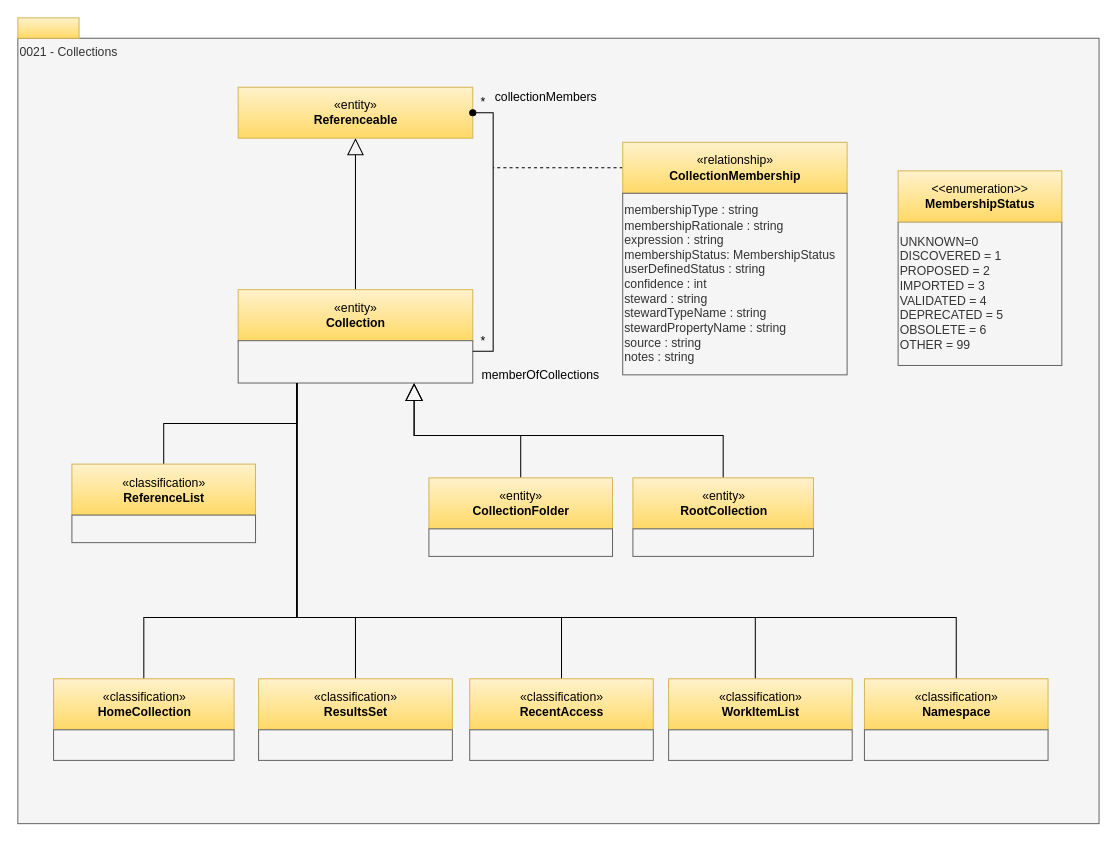
The draw.io diagram page "0021-Collections" (15 of 31) of site/docs/types/0/area-0-basic-types-and-infrastructure.drawio in odpi/egeria-docs, before the edit. Source tidied: cells renumbered, new cells numbered last; positions are measured from the earlier drawing's top-left corner, leaving out a move shared by most shapes. Both pictures are drawn from the tidied source at 102%, with x=0, y=0 at pixel (17, 17).
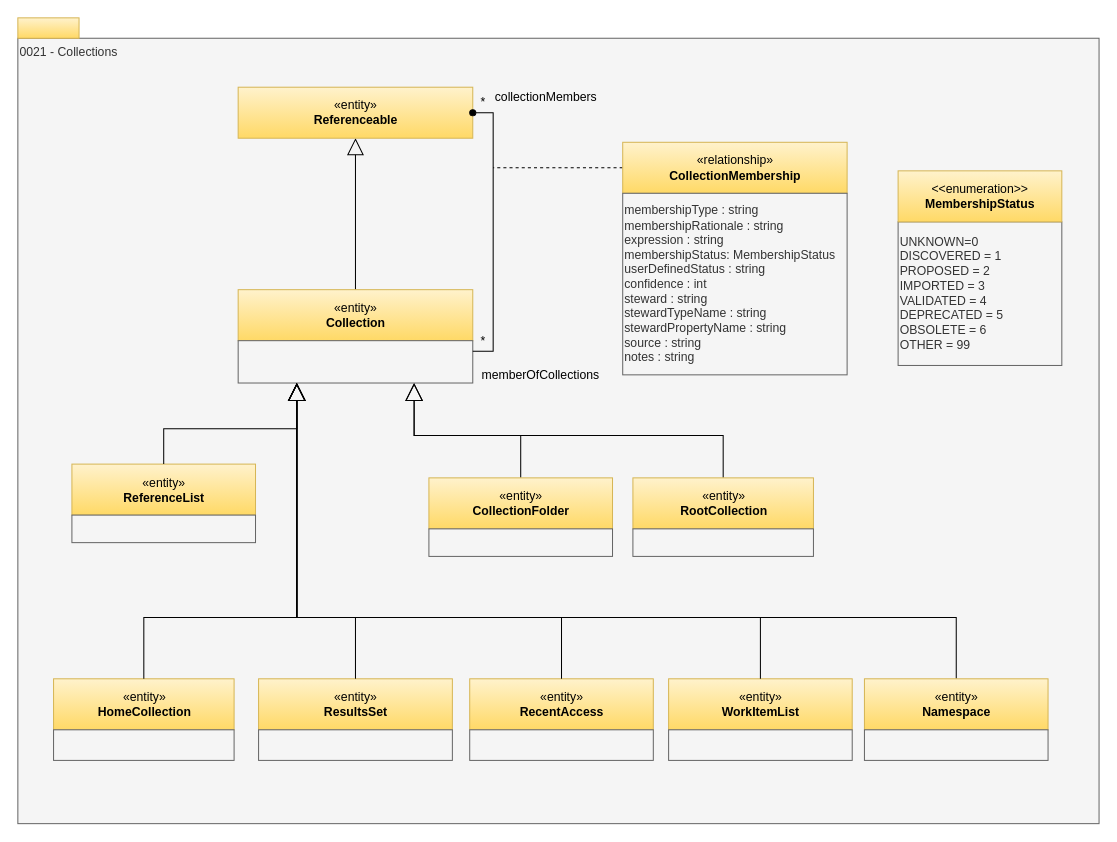
Above is the later version.

Unchanged cells that the change refers to:
```xml
<mxCell id="10" style="rounded=0;whiteSpace=wrap;html=1;align=left;fillColor=#f5f5f5;fontColor=#333333;strokeColor=#666666;" parent="1" vertex="1">
  <mxGeometry x="216" y="316.5" width="230" height="41.5" as="geometry" />
</mxCell>
```

Diff of the diagram source:
```diff
@@
-    <mxCell id="8" style="edgeStyle=orthogonalEdgeStyle;rounded=0;jettySize=auto;html=1;exitX=0.25;exitY=1;exitDx=0;exitDy=0;entryX=0.5;entryY=0;entryDx=0;entryDy=0;endArrow=none;endFill=0;" parent="1" edge="1" source="10" target="28">
-      <mxGeometry relative="1" as="geometry">
-        <Array as="points">
-          <mxPoint x="274" y="588" />
-          <mxPoint x="124" y="588" />
-        </Array>
-      </mxGeometry>
-    </mxCell>
-    <mxCell id="9" style="edgeStyle=orthogonalEdgeStyle;rounded=0;jettySize=auto;html=1;exitX=0.25;exitY=1;exitDx=0;exitDy=0;entryX=0.5;entryY=0;entryDx=0;entryDy=0;endArrow=none;endFill=0;" parent="1" edge="1" source="10" target="26">
-      <mxGeometry relative="1" as="geometry">
-        <Array as="points">
-          <mxPoint x="274" y="588" />
-          <mxPoint x="331" y="588" />
-        </Array>
-      </mxGeometry>
-    </mxCell>
@@
-    <mxCell id="26" value="«classification»&lt;br&gt;&lt;b&gt;ResultsSet&lt;/b&gt;" style="html=1;strokeColor=#d6b656;align=center;fillColor=#fff2cc;gradientColor=#ffd966;" parent="1" vertex="1">
+    <mxCell id="26" value="«entity»&lt;br&gt;&lt;b&gt;ResultsSet&lt;/b&gt;" style="html=1;strokeColor=#d6b656;align=center;fillColor=#fff2cc;gradientColor=#ffd966;" parent="1" vertex="1">
       <mxGeometry x="236" y="648" width="190" height="50" as="geometry" />
     </mxCell>
@@
-    <mxCell id="28" value="«classification»&lt;br&gt;&lt;b&gt;HomeCollection&lt;/b&gt;" style="html=1;strokeColor=#d6b656;align=center;fillColor=#fff2cc;gradientColor=#ffd966;" parent="1" vertex="1">
+    <mxCell id="28" value="«entity»&lt;br&gt;&lt;b&gt;HomeCollection&lt;/b&gt;" style="html=1;strokeColor=#d6b656;align=center;fillColor=#fff2cc;gradientColor=#ffd966;" parent="1" vertex="1">
       <mxGeometry x="35" y="648" width="177" height="50" as="geometry" />
     </mxCell>
@@
-    <mxCell id="30" style="edgeStyle=orthogonalEdgeStyle;rounded=0;html=1;exitX=0.25;exitY=1;endArrow=none;endFill=0;jettySize=auto;exitDx=0;exitDy=0;" parent="1" edge="1" source="10" target="31">
-      <mxGeometry relative="1" as="geometry">
-        <Array as="points">
-          <mxPoint x="274" y="588" />
-          <mxPoint x="533" y="588" />
-        </Array>
-      </mxGeometry>
-    </mxCell>
-    <mxCell id="31" value="«classification»&lt;br&gt;&lt;b&gt;RecentAccess&lt;/b&gt;" style="html=1;strokeColor=#d6b656;align=center;fillColor=#fff2cc;gradientColor=#ffd966;" parent="1" vertex="1">
+    <mxCell id="31" value="«entity»&lt;br&gt;&lt;b&gt;RecentAccess&lt;/b&gt;" style="html=1;strokeColor=#d6b656;align=center;fillColor=#fff2cc;gradientColor=#ffd966;" parent="1" vertex="1">
       <mxGeometry x="443" y="648" width="180" height="50" as="geometry" />
     </mxCell>
@@
-    <mxCell id="33" style="edgeStyle=orthogonalEdgeStyle;rounded=0;html=1;exitX=0.25;exitY=1;endArrow=none;endFill=0;jettySize=auto;exitDx=0;exitDy=0;" parent="1" edge="1" source="10" target="34">
-      <mxGeometry relative="1" as="geometry">
-        <Array as="points">
-          <mxPoint x="274" y="588" />
-          <mxPoint x="723" y="588" />
-        </Array>
-      </mxGeometry>
-    </mxCell>
-    <mxCell id="34" value="«classification»&lt;br&gt;&lt;b&gt;WorkItemList&lt;/b&gt;" style="html=1;strokeColor=#d6b656;align=center;fillColor=#fff2cc;gradientColor=#ffd966;" parent="1" vertex="1">
+    <mxCell id="34" value="«entity»&lt;br&gt;&lt;b&gt;WorkItemList&lt;/b&gt;" style="html=1;strokeColor=#d6b656;align=center;fillColor=#fff2cc;gradientColor=#ffd966;" parent="1" vertex="1">
       <mxGeometry x="638" y="648" width="180" height="50" as="geometry" />
     </mxCell>
@@
-    <mxCell id="36" style="edgeStyle=orthogonalEdgeStyle;rounded=0;jettySize=auto;html=1;exitX=0.5;exitY=0;exitDx=0;exitDy=0;endArrow=none;startFill=0;entryX=0.25;entryY=1;entryDx=0;entryDy=0;" parent="1" edge="1" source="37" target="10">
+    <mxCell id="36" style="edgeStyle=orthogonalEdgeStyle;rounded=0;jettySize=auto;html=1;exitX=0.5;exitY=0;exitDx=0;exitDy=0;endArrow=block;startFill=0;entryX=0.25;entryY=1;entryDx=0;entryDy=0;endFill=0;endSize=15;" parent="1" edge="1" source="37" target="10">
       <mxGeometry relative="1" as="geometry">
         <Array as="points">
           <mxPoint x="920" y="588" />
           <mxPoint x="274" y="588" />
         </Array>
       </mxGeometry>
     </mxCell>
-    <mxCell id="37" value="«classification»&lt;br&gt;&lt;b&gt;Namespace&lt;/b&gt;" style="html=1;strokeColor=#d6b656;align=center;fillColor=#fff2cc;gradientColor=#ffd966;" parent="1" vertex="1">
+    <mxCell id="37" value="«entity»&lt;br&gt;&lt;b&gt;Namespace&lt;/b&gt;" style="html=1;strokeColor=#d6b656;align=center;fillColor=#fff2cc;gradientColor=#ffd966;" parent="1" vertex="1">
       <mxGeometry x="830" y="648" width="180" height="50" as="geometry" />
     </mxCell>
@@
-    <mxCell id="39" style="edgeStyle=orthogonalEdgeStyle;rounded=0;html=1;exitX=0.25;exitY=1;endArrow=none;endFill=0;jettySize=auto;exitDx=0;exitDy=0;" parent="1" edge="1" source="10" target="40">
-      <mxGeometry relative="1" as="geometry" />
-    </mxCell>
-    <mxCell id="40" value="«classification»&lt;br&gt;&lt;b&gt;ReferenceList&lt;/b&gt;" style="html=1;strokeColor=#d6b656;align=center;fillColor=#fff2cc;gradientColor=#ffd966;" parent="1" vertex="1">
+    <mxCell id="40" value="«entity»&lt;br&gt;&lt;b&gt;ReferenceList&lt;/b&gt;" style="html=1;strokeColor=#d6b656;align=center;fillColor=#fff2cc;gradientColor=#ffd966;" parent="1" vertex="1">
       <mxGeometry x="53" y="437.5" width="180" height="50" as="geometry" />
     </mxCell>
@@
+    <mxCell id="39" style="edgeStyle=orthogonalEdgeStyle;rounded=0;html=1;exitX=0.25;exitY=1;endArrow=none;endFill=0;jettySize=auto;exitDx=0;exitDy=0;strokeWidth=1;startArrow=block;startFill=0;endSize=6;startSize=15;" parent="1" edge="1" source="10" target="40">
+      <mxGeometry relative="1" as="geometry" />
+    </mxCell>
+    <mxCell id="42" style="edgeStyle=orthogonalEdgeStyle;rounded=0;jettySize=auto;html=1;exitX=0.5;exitY=0;exitDx=0;exitDy=0;endArrow=block;startFill=0;entryX=0.25;entryY=1;entryDx=0;entryDy=0;endFill=0;endSize=15;" parent="1" edge="1" source="34" target="10">
+      <mxGeometry relative="1" as="geometry">
+        <Array as="points">
+          <mxPoint x="728" y="588" />
+          <mxPoint x="274" y="588" />
+        </Array>
+      </mxGeometry>
+    </mxCell>
+    <mxCell id="43" style="edgeStyle=orthogonalEdgeStyle;rounded=0;jettySize=auto;html=1;exitX=0.5;exitY=0;exitDx=0;exitDy=0;endArrow=block;startFill=0;entryX=0.25;entryY=1;entryDx=0;entryDy=0;endFill=0;endSize=15;" parent="1" edge="1" source="31" target="10">
+      <mxGeometry relative="1" as="geometry">
+        <Array as="points">
+          <mxPoint x="533" y="588" />
+          <mxPoint x="274" y="588" />
+        </Array>
+      </mxGeometry>
+    </mxCell>
+    <mxCell id="44" style="edgeStyle=orthogonalEdgeStyle;rounded=0;jettySize=auto;html=1;exitX=0.5;exitY=0;exitDx=0;exitDy=0;endArrow=block;startFill=0;entryX=0.25;entryY=1;entryDx=0;entryDy=0;endFill=0;endSize=15;" parent="1" edge="1" source="26" target="10">
+      <mxGeometry relative="1" as="geometry">
+        <Array as="points">
+          <mxPoint x="331" y="588" />
+          <mxPoint x="274" y="588" />
+        </Array>
+      </mxGeometry>
+    </mxCell>
+    <mxCell id="45" style="edgeStyle=orthogonalEdgeStyle;rounded=0;jettySize=auto;html=1;exitX=0.5;exitY=0;exitDx=0;exitDy=0;endArrow=block;startFill=0;entryX=0.25;entryY=1;entryDx=0;entryDy=0;endFill=0;endSize=15;" parent="1" edge="1" source="28" target="10">
+      <mxGeometry relative="1" as="geometry">
+        <Array as="points">
+          <mxPoint x="124" y="588" />
+          <mxPoint x="274" y="588" />
+        </Array>
+      </mxGeometry>
+    </mxCell>
```
